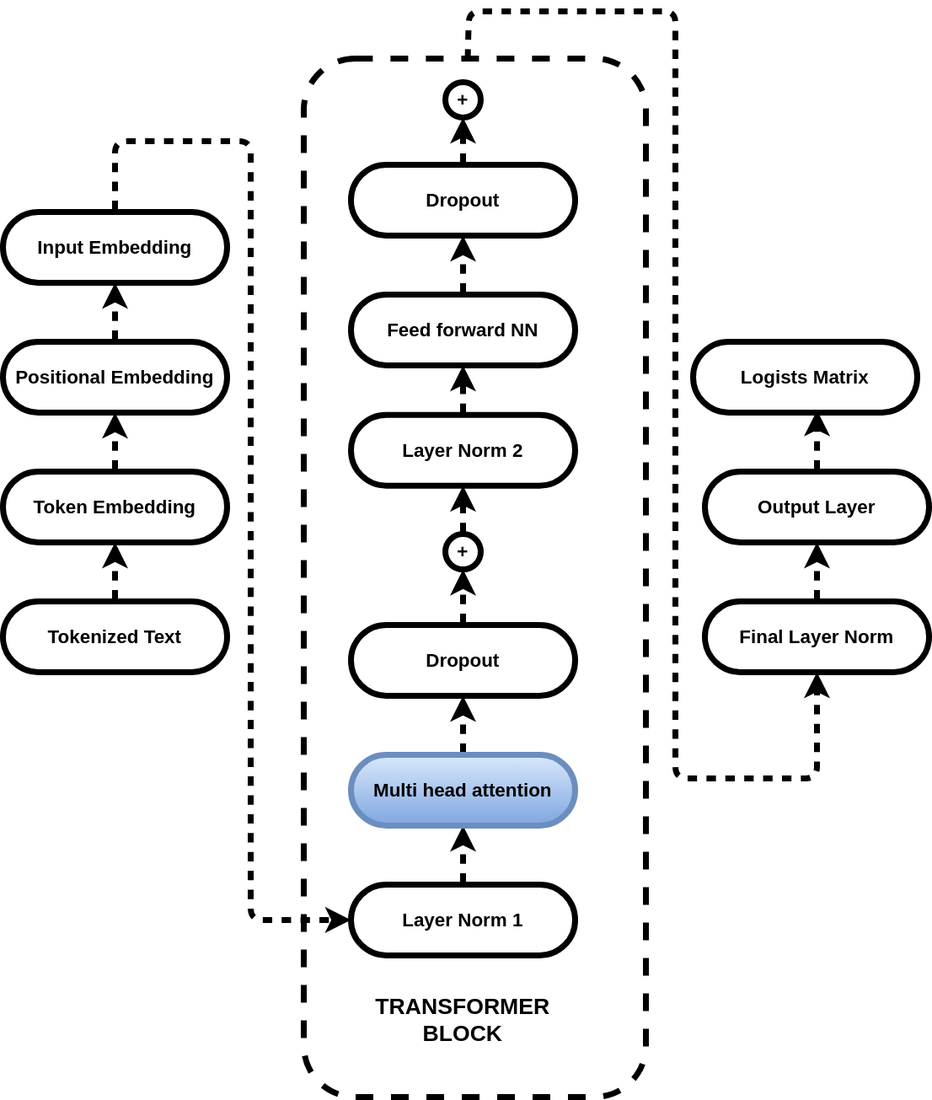
Before: images/genai/self-attention-big-pic.svg, a diagram exported from draw.io (samratkar/samratkar.github.io). Source tidied: cells renumbered, new cells last; positions are measured from the earlier drawing's top-left corner, leaving out a move shared by most shapes.
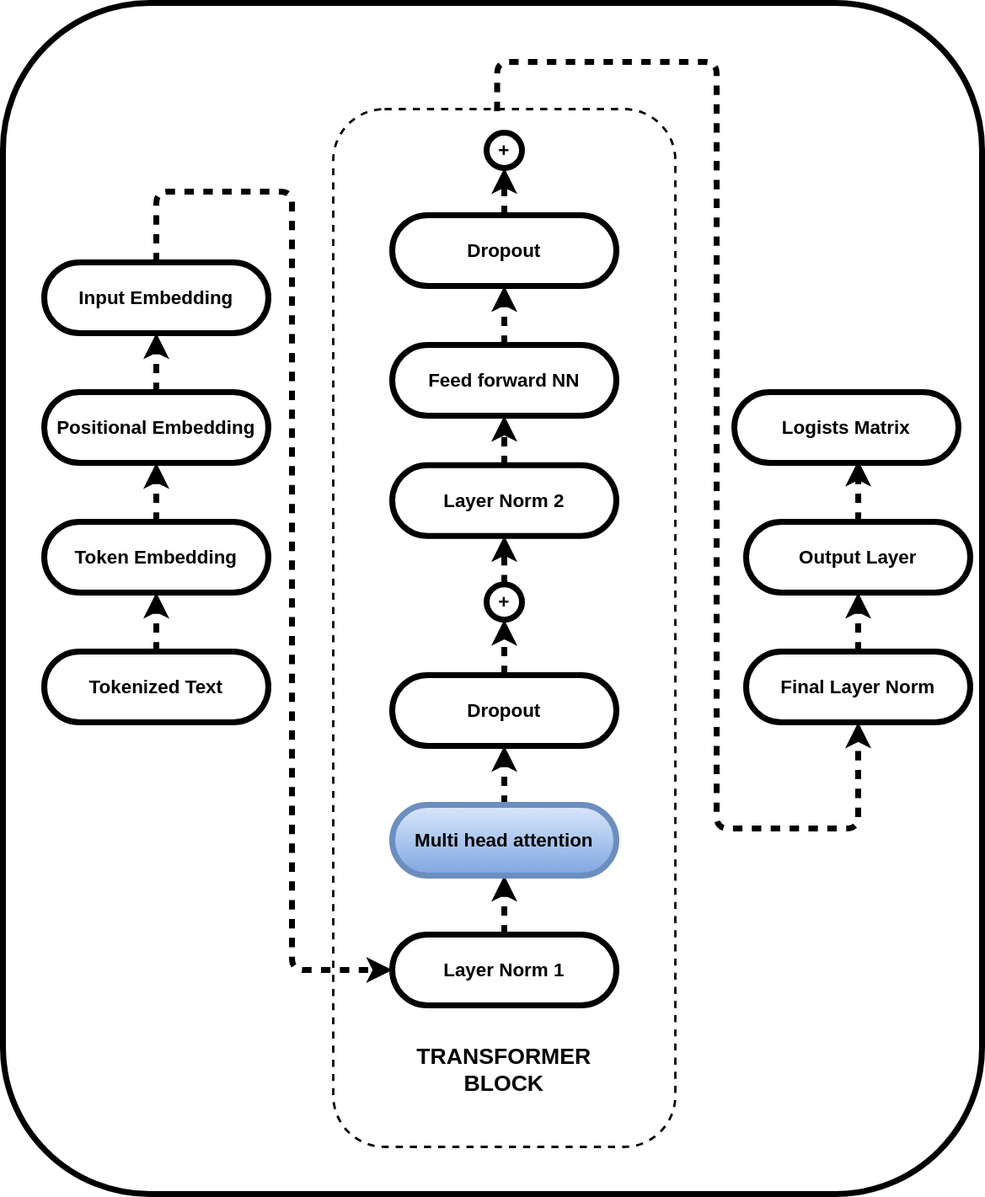
After the change.

Change to the diagram source:
```diff
@@ -2,8 +2,11 @@
   <root>
     <mxCell id="0" />
     <mxCell id="1" parent="0" />
+    <mxCell id="33" style="rounded=1;whiteSpace=wrap;html=1;strokeWidth=5;" parent="1" vertex="1">
+      <mxGeometry x="-35" y="-50" width="830" height="1010" as="geometry" />
+    </mxCell>
-    <mxCell id="2" style="rounded=1;whiteSpace=wrap;html=1;dashed=1;fontSize=16;fontStyle=1;strokeWidth=5;" parent="1" vertex="1">
-      <mxGeometry x="255" y="40" width="290" height="880" as="geometry" />
+    <mxCell id="2" style="rounded=1;whiteSpace=wrap;html=1;dashed=1;fontSize=16;fontStyle=1;strokeWidth=2;" parent="1" vertex="1">
+      <mxGeometry x="245" y="40" width="290" height="880" as="geometry" />
     </mxCell>
     <mxCell id="3" style="edgeStyle=none;html=1;fontSize=16;fontStyle=1;strokeWidth=5;flowAnimation=1;" parent="1" edge="1" source="4" target="6">
       <mxGeometry relative="1" as="geometry" />
@@ -83,7 +86,7 @@
     <mxCell id="28" style="endArrow=classic;html=1;exitX=0.479;exitY=0.002;exitDx=0;exitDy=0;entryX=0.5;entryY=0.5;entryDx=0;entryDy=30;entryPerimeter=0;fontSize=16;fontStyle=1;strokeWidth=5;flowAnimation=1;exitPerimeter=0;" parent="1" edge="1" source="2" target="23">
       <mxGeometry relative="1" as="geometry">
         <Array as="points">
-          <mxPoint x="395" />
+          <mxPoint x="384" />
           <mxPoint x="570" />
           <mxPoint x="570" y="270" />
           <mxPoint x="570" y="650" />
```
